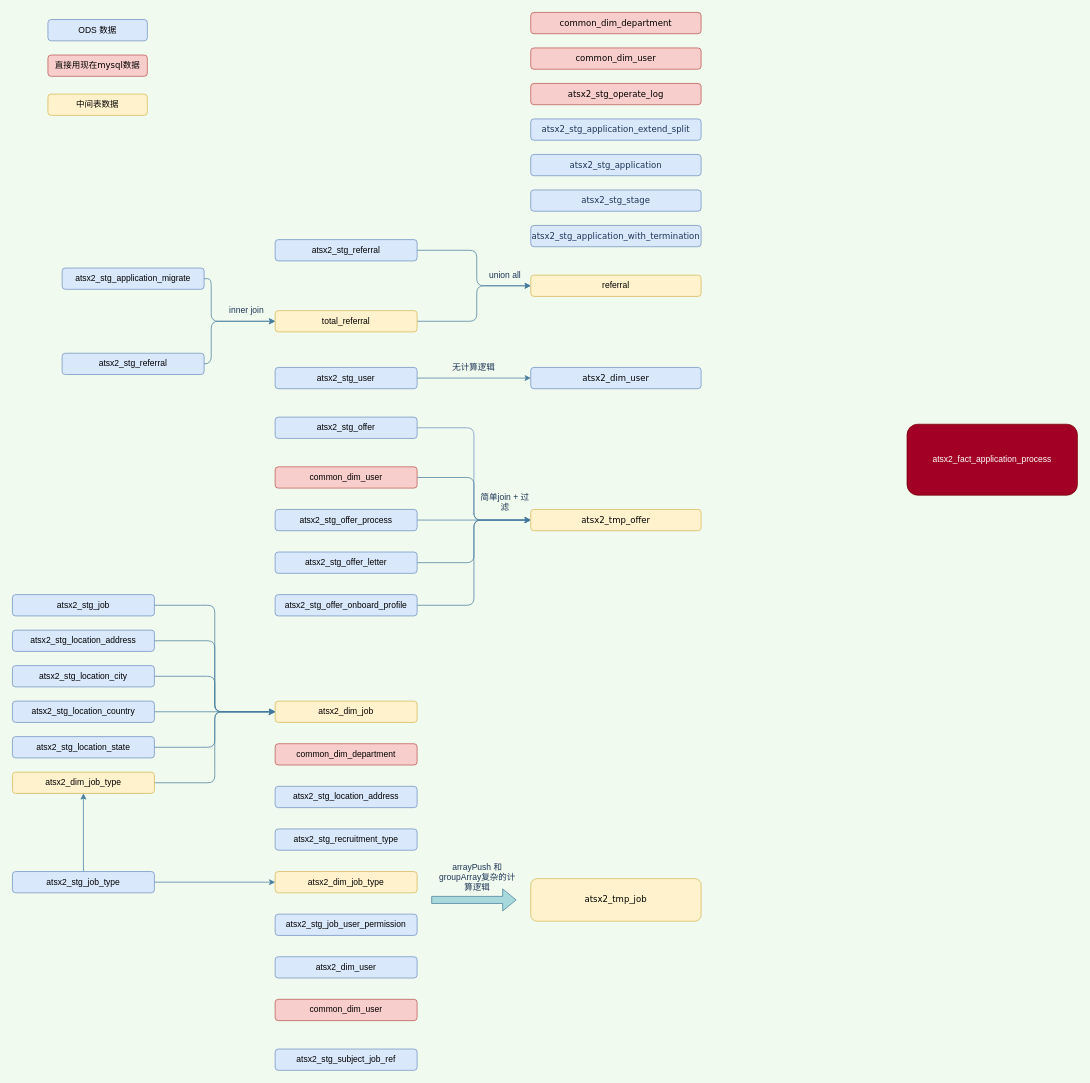
This is atsx_data_flow.drawio from cicelprg/drawio, a draw.io file, before an edit. Source tidied: cells renumbered, new cells numbered last; positions are measured from the earlier drawing's top-left corner, leaving out a move shared by most shapes. Both pictures are drawn from the tidied source at 71%, with x=0, y=0 at pixel (12, 12).
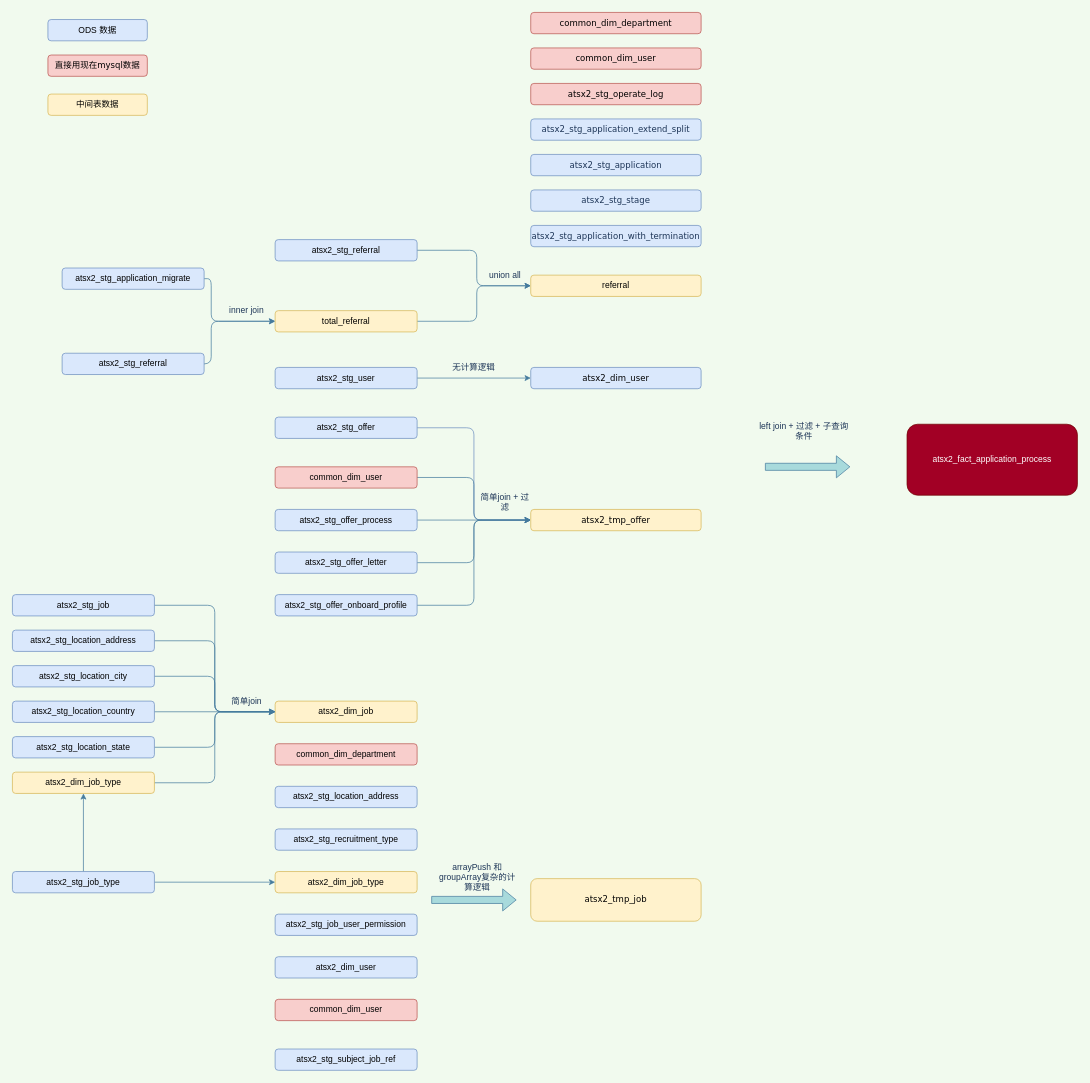
The same page after the edit.

Diff of the diagram source:
```diff
@@
+    <mxCell id="67" style="shape=flexArrow;endArrow=classic;html=1;strokeColor=#457B9D;fillColor=#A8DADC;fontColor=#1D3557;" parent="1" edge="1">
+      <mxGeometry relative="1" as="geometry">
+        <mxPoint x="1060" y="640" as="sourcePoint" />
+        <mxPoint x="1180" y="640" as="targetPoint" />
+      </mxGeometry>
+    </mxCell>
+    <mxCell id="68" value="简单join" style="text;html=1;strokeColor=none;fillColor=none;align=center;verticalAlign=middle;whiteSpace=wrap;rounded=0;sketch=0;fontColor=#1D3557;" parent="1" vertex="1">
+      <mxGeometry x="290" y="960" width="80" height="20" as="geometry" />
+    </mxCell>
+    <mxCell id="69" value="left join + 过滤 + 子查询条件" style="text;html=1;strokeColor=none;fillColor=none;align=center;verticalAlign=middle;whiteSpace=wrap;rounded=0;sketch=0;fontColor=#1D3557;" parent="1" vertex="1">
+      <mxGeometry x="1050" y="580" width="130" height="20" as="geometry" />
+    </mxCell>
```
